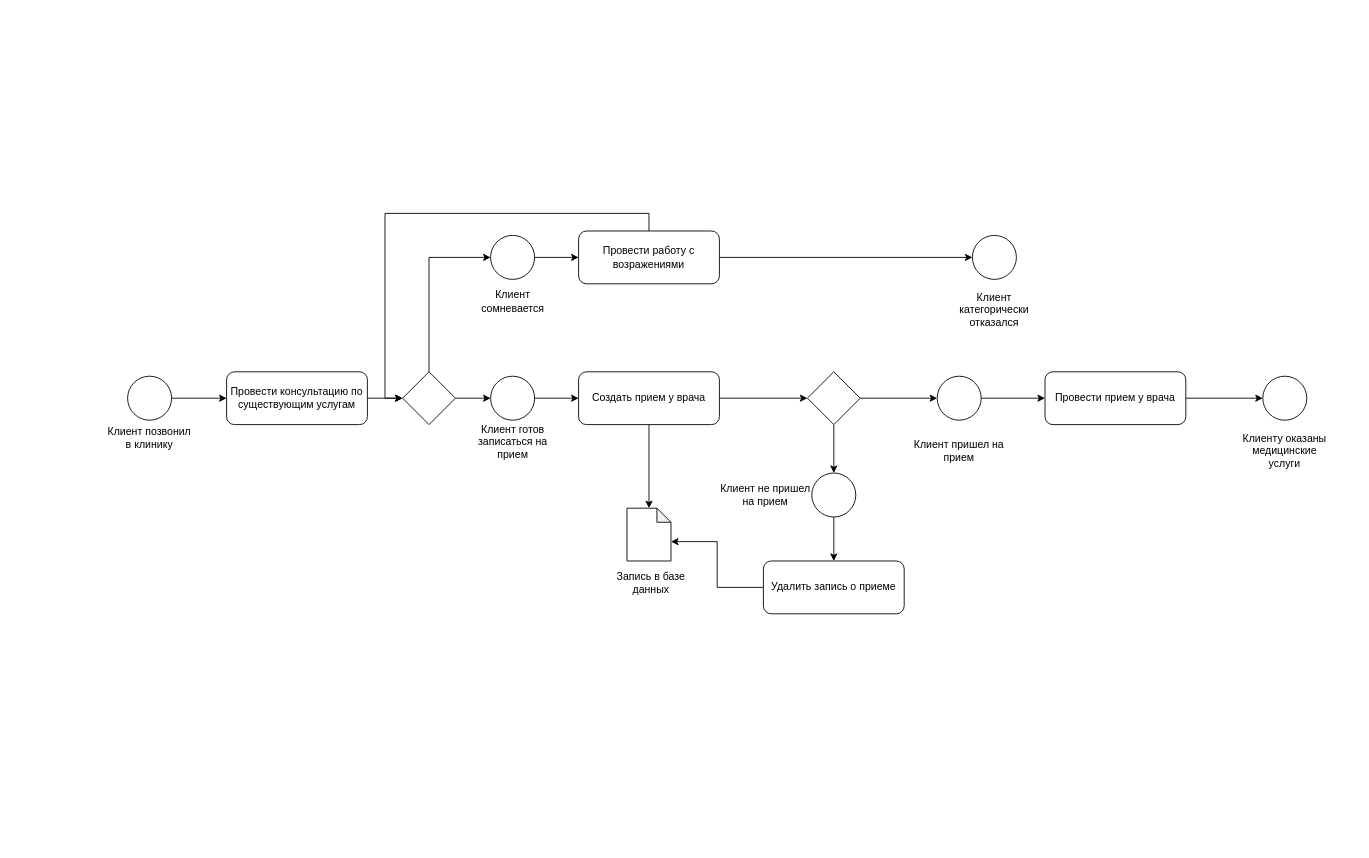
Before: Business Processes.drawio in arturyumaev/Bachelor-Diploma-Docs, a draw.io diagram. Source tidied: cells renumbered, new cells numbered last; positions are measured from the earlier drawing's top-left corner, leaving out a move shared by most shapes. Both pictures are drawn from the tidied source at 88%, with x=0, y=0 at pixel (103, 231).
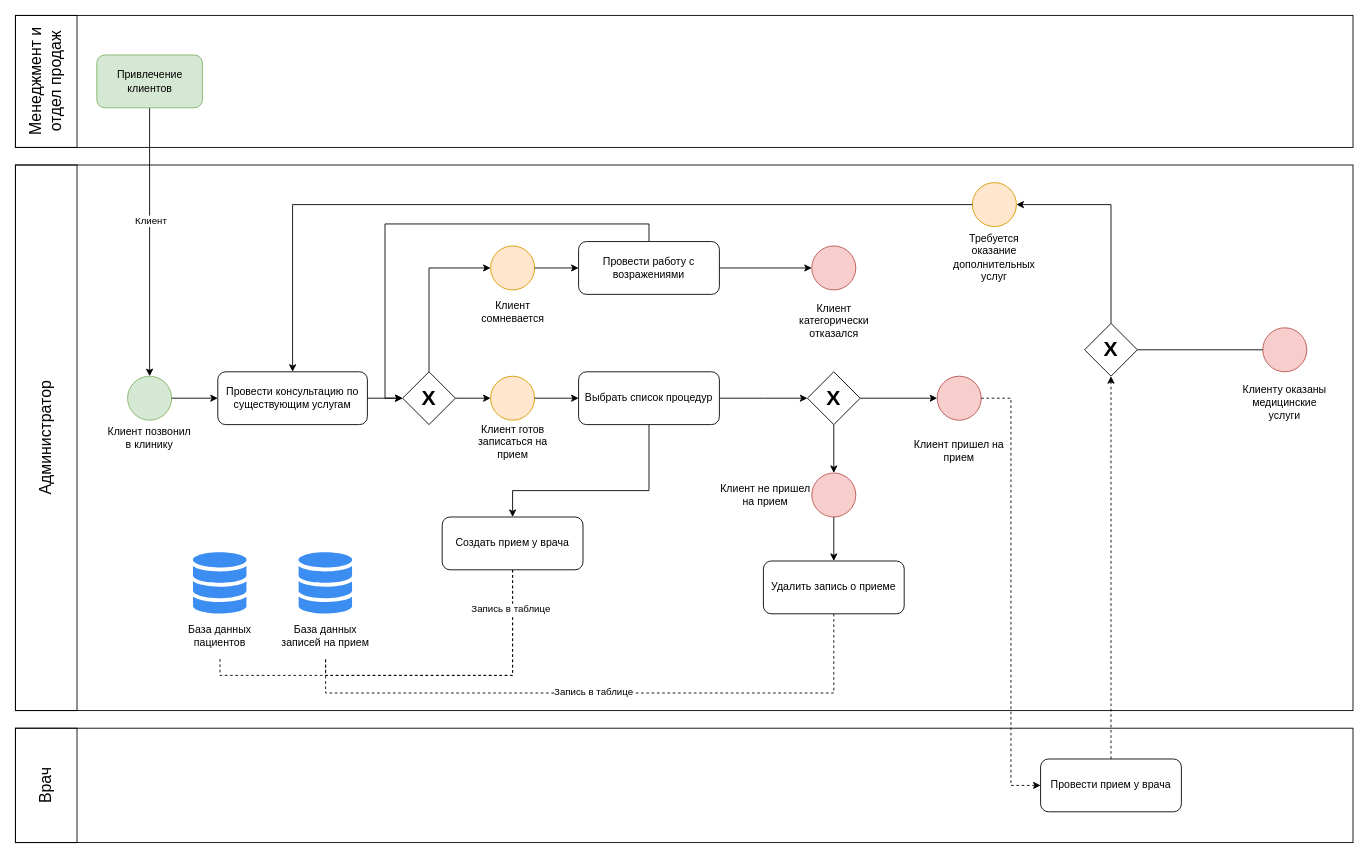
After the change.

Unchanged cells that the change refers to:
```xml
<mxCell id="2" style="group;" parent="1" vertex="1">
  <mxGeometry y="165" width="105" height="90" as="geometry" />
</mxCell>
<mxCell id="5" style="group;" parent="1" vertex="1">
  <mxGeometry x="920" y="165" width="105" height="110" as="geometry" />
</mxCell>
<mxCell id="21" style="group;" parent="1" vertex="1">
  <mxGeometry x="412.5" y="165" width="105" height="100" as="geometry" />
</mxCell>
<mxCell id="49" value="Удалить запись о приеме" style="rounded=1;whiteSpace=wrap;html=1;align=center;" parent="1" vertex="1">
  <mxGeometry x="750" y="375" width="160" height="60" as="geometry" />
</mxCell>
```

What changed in the source:
```diff
@@
+    <mxCell id="51" style="rounded=0;whiteSpace=wrap;html=1;align=left;fillColor=none;" parent="1" vertex="1">
+      <mxGeometry x="-100" y="-245" width="1520" height="150" as="geometry" />
+    </mxCell>
+    <mxCell id="52" style="rounded=0;whiteSpace=wrap;html=1;fillColor=none;align=left;" parent="1" vertex="1">
+      <mxGeometry x="-100" y="565" width="1520" height="130" as="geometry" />
+    </mxCell>
+    <mxCell id="53" style="rounded=0;whiteSpace=wrap;html=1;align=left;fillColor=none;" parent="1" vertex="1">
+      <mxGeometry x="-100" y="-75" width="1520" height="620" as="geometry" />
+    </mxCell>
@@
-    <mxCell id="3" style="ellipse;whiteSpace=wrap;html=1;align=left;" parent="2" vertex="1">
+    <mxCell id="3" style="ellipse;whiteSpace=wrap;html=1;align=left;fillColor=#d5e8d4;strokeColor=#82b366;" parent="2" vertex="1">
       <mxGeometry x="27.5" width="50" height="50" as="geometry" />
     </mxCell>
@@
-    <mxCell id="6" style="ellipse;whiteSpace=wrap;html=1;align=left;" parent="5" vertex="1">
+    <mxCell id="6" style="ellipse;whiteSpace=wrap;html=1;align=left;fillColor=#f8cecc;strokeColor=#b85450;" parent="5" vertex="1">
       <mxGeometry x="27.5" width="50" height="50" as="geometry" />
     </mxCell>
@@
     <mxCell id="9" value="Провести консультацию по существующим услугам" style="rounded=1;whiteSpace=wrap;html=1;align=center;" parent="1" vertex="1">
-      <mxGeometry x="140" y="160" width="160" height="60" as="geometry" />
+      <mxGeometry x="130" y="160" width="170" height="60" as="geometry" />
     </mxCell>
@@
-    <mxCell id="12" style="edgeStyle=orthogonalEdgeStyle;rounded=0;jettySize=auto;html=1;exitX=0.5;exitY=1;exitDx=0;exitDy=0;entryX=0.5;entryY=0;entryDx=0;entryDy=0;entryPerimeter=0;" parent="1" edge="1" source="13" target="33">
-      <mxGeometry relative="1" as="geometry" />
-    </mxCell>
+    <mxCell id="54" style="edgeStyle=orthogonalEdgeStyle;rounded=0;jettySize=auto;html=1;exitX=0.5;exitY=1;exitDx=0;exitDy=0;entryX=0.5;entryY=0;entryDx=0;entryDy=0;" parent="1" edge="1" source="13" target="60">
+      <mxGeometry relative="1" as="geometry">
+        <Array as="points">
+          <mxPoint x="620" y="295" />
+          <mxPoint x="465" y="295" />
+        </Array>
+      </mxGeometry>
+    </mxCell>
-    <mxCell id="13" value="Создать прием у врача" style="rounded=1;whiteSpace=wrap;html=1;align=center;" parent="1" vertex="1">
+    <mxCell id="13" value="Выбрать список процедур" style="rounded=1;whiteSpace=wrap;html=1;align=center;" parent="1" vertex="1">
       <mxGeometry x="540" y="160" width="160" height="60" as="geometry" />
     </mxCell>
@@
     <mxCell id="15" style="group;" parent="1" vertex="1">
-      <mxGeometry x="960" y="5" width="105" height="110" as="geometry" />
+      <mxGeometry x="777.5" y="17" width="105" height="110" as="geometry" />
     </mxCell>
-    <mxCell id="16" style="ellipse;whiteSpace=wrap;html=1;align=left;" parent="15" vertex="1">
+    <mxCell id="16" style="ellipse;whiteSpace=wrap;html=1;align=left;fillColor=#f8cecc;strokeColor=#b85450;" parent="15" vertex="1">
       <mxGeometry x="27.5" width="50" height="50" as="geometry" />
     </mxCell>
@@
-    <mxCell id="20" style="rhombus;whiteSpace=wrap;html=1;align=left;" parent="1" vertex="1">
+    <mxCell id="20" value="&lt;h1&gt;X&lt;/h1&gt;" style="rhombus;whiteSpace=wrap;html=1;align=center;" parent="1" vertex="1">
       <mxGeometry x="340" y="160" width="60" height="60" as="geometry" />
     </mxCell>
@@
-    <mxCell id="23" style="ellipse;whiteSpace=wrap;html=1;align=left;" parent="21" vertex="1">
+    <mxCell id="23" style="ellipse;whiteSpace=wrap;html=1;align=left;fillColor=#ffe6cc;strokeColor=#d79b00;" parent="21" vertex="1">
       <mxGeometry x="27.5" width="50" height="50" as="geometry" />
     </mxCell>
@@
     <mxCell id="25" style="group;" parent="1" vertex="1">
-      <mxGeometry x="412.5" y="5" width="105" height="100" as="geometry" />
+      <mxGeometry x="412.5" y="17" width="105" height="100" as="geometry" />
     </mxCell>
@@
-    <mxCell id="27" style="ellipse;whiteSpace=wrap;html=1;align=left;" parent="25" vertex="1">
+    <mxCell id="27" style="ellipse;whiteSpace=wrap;html=1;align=left;fillColor=#ffe6cc;strokeColor=#d79b00;" parent="25" vertex="1">
       <mxGeometry x="27.5" width="50" height="50" as="geometry" />
     </mxCell>
@@
     <mxCell id="30" value="Провести работу с возражениями" style="rounded=1;whiteSpace=wrap;html=1;align=center;" parent="1" vertex="1">
-      <mxGeometry x="540" width="160" height="60" as="geometry" />
+      <mxGeometry x="540" y="12" width="160" height="60" as="geometry" />
     </mxCell>
@@
-    <mxCell id="32" style="group;" parent="1" vertex="1">
-      <mxGeometry x="570" y="315" width="105" height="110" as="geometry" />
-    </mxCell>
-    <mxCell id="33" style="shape=note;whiteSpace=wrap;html=1;backgroundOutline=1;darkOpacity=0.05;align=left;size=16;" parent="32" vertex="1">
-      <mxGeometry x="25" width="50" height="60" as="geometry" />
-    </mxCell>
-    <mxCell id="34" value="Запись в базе данных" style="text;html=1;strokeColor=none;fillColor=none;align=center;verticalAlign=middle;whiteSpace=wrap;rounded=0;" parent="32" vertex="1">
-      <mxGeometry y="60" width="105" height="50" as="geometry" />
-    </mxCell>
-    <mxCell id="35" style="edgeStyle=orthogonalEdgeStyle;rounded=0;jettySize=auto;html=1;exitX=1;exitY=0.5;exitDx=0;exitDy=0;entryX=0;entryY=0.5;entryDx=0;entryDy=0;" parent="1" edge="1" source="36" target="41">
+    <mxCell id="35" style="edgeStyle=orthogonalEdgeStyle;rounded=0;jettySize=auto;html=1;exitX=0.5;exitY=0;exitDx=0;exitDy=0;entryX=0.5;entryY=1;entryDx=0;entryDy=0;dashed=1;" parent="1" edge="1" source="36" target="69">
       <mxGeometry relative="1" as="geometry" />
     </mxCell>
     <mxCell id="36" value="Провести прием у врача" style="rounded=1;whiteSpace=wrap;html=1;align=center;" parent="1" vertex="1">
-      <mxGeometry x="1070" y="160" width="160" height="60" as="geometry" />
+      <mxGeometry x="1065" y="600" width="160" height="60" as="geometry" />
     </mxCell>
-    <mxCell id="37" style="edgeStyle=orthogonalEdgeStyle;rounded=0;jettySize=auto;html=1;exitX=0.5;exitY=1;exitDx=0;exitDy=0;entryX=0.5;entryY=0;entryDx=0;entryDy=0;" parent="1" edge="1" source="38" target="46">
+    <mxCell id="37" style="edgeStyle=orthogonalEdgeStyle;rounded=0;jettySize=auto;html=1;exitX=0.5;exitY=1;exitDx=0;exitDy=0;entryX=0.5;entryY=0;entryDx=0;entryDy=0;" parent="1" edge="1" source="38" target="62">
       <mxGeometry relative="1" as="geometry" />
     </mxCell>
-    <mxCell id="38" style="rhombus;whiteSpace=wrap;html=1;align=left;" parent="1" vertex="1">
+    <mxCell id="38" value="&lt;h1&gt;Х&lt;/h1&gt;" style="rhombus;whiteSpace=wrap;html=1;align=center;" parent="1" vertex="1">
       <mxGeometry x="800" y="160" width="60" height="60" as="geometry" />
     </mxCell>
-    <mxCell id="39" style="edgeStyle=orthogonalEdgeStyle;rounded=0;jettySize=auto;html=1;exitX=1;exitY=0.5;exitDx=0;exitDy=0;entryX=0;entryY=0.5;entryDx=0;entryDy=0;" parent="1" edge="1" source="6" target="36">
+    <mxCell id="39" style="edgeStyle=orthogonalEdgeStyle;rounded=0;jettySize=auto;html=1;exitX=1;exitY=0.5;exitDx=0;exitDy=0;entryX=0;entryY=0.5;entryDx=0;entryDy=0;dashed=1;" parent="1" edge="1" source="6" target="36">
       <mxGeometry relative="1" as="geometry" />
     </mxCell>
-    <mxCell id="40" style="group;" parent="1" vertex="1">
-      <mxGeometry x="1290" y="165" width="105" height="110" as="geometry" />
-    </mxCell>
-    <mxCell id="41" style="ellipse;whiteSpace=wrap;html=1;align=left;" parent="40" vertex="1">
-      <mxGeometry x="27.5" width="50" height="50" as="geometry" />
-    </mxCell>
-    <mxCell id="42" value="Клиенту оказаны медицинские услуги" style="text;html=1;strokeColor=none;fillColor=none;align=center;verticalAlign=middle;whiteSpace=wrap;rounded=0;" parent="40" vertex="1">
-      <mxGeometry y="60" width="105" height="50" as="geometry" />
-    </mxCell>
-    <mxCell id="43" style="group;" parent="1" vertex="1">
-      <mxGeometry x="700" y="275" width="182.5" height="110" as="geometry" />
-    </mxCell>
-    <mxCell id="44" style="group;" parent="43" vertex="1">
-      <mxGeometry width="182.5" height="110" as="geometry" />
-    </mxCell>
-    <mxCell id="45" style="group;" parent="44" vertex="1">
-      <mxGeometry x="77.5" width="105" height="110" as="geometry" />
-    </mxCell>
-    <mxCell id="46" style="ellipse;whiteSpace=wrap;html=1;align=left;" parent="45" vertex="1">
-      <mxGeometry x="27.5" width="50" height="50" as="geometry" />
-    </mxCell>
-    <mxCell id="47" value="Клиент не пришел на прием" style="text;html=1;strokeColor=none;fillColor=none;align=center;verticalAlign=middle;whiteSpace=wrap;rounded=0;" parent="44" vertex="1">
-      <mxGeometry width="105" height="50" as="geometry" />
-    </mxCell>
-    <mxCell id="48" style="edgeStyle=orthogonalEdgeStyle;rounded=0;jettySize=auto;html=1;exitX=0;exitY=0.5;exitDx=0;exitDy=0;entryX=0;entryY=0;entryDx=50;entryDy=38;entryPerimeter=0;" parent="1" edge="1" source="49" target="33">
-      <mxGeometry relative="1" as="geometry" />
-    </mxCell>
+    <mxCell id="55" style="edgeStyle=orthogonalEdgeStyle;rounded=0;jettySize=auto;html=1;exitX=0.5;exitY=1;exitDx=0;exitDy=0;entryX=0.5;entryY=1;entryDx=0;entryDy=0;dashed=1;endArrow=none;endFill=0;" parent="1" edge="1" source="49" target="80">
+      <mxGeometry relative="1" as="geometry">
+        <Array as="points">
+          <mxPoint x="830" y="525" />
+          <mxPoint x="252" y="525" />
+        </Array>
+      </mxGeometry>
+    </mxCell>
+    <mxCell id="56" value="Запись в таблице" style="edgeLabel;html=1;align=center;verticalAlign=middle;" parent="55" vertex="1">
+      <mxGeometry x="0.03" y="-2" relative="1" as="geometry" />
+    </mxCell>
@@
-    <mxCell id="50" style="edgeStyle=orthogonalEdgeStyle;rounded=0;jettySize=auto;html=1;exitX=0.5;exitY=1;exitDx=0;exitDy=0;entryX=0.5;entryY=0;entryDx=0;entryDy=0;" parent="1" edge="1" source="46" target="49">
+    <mxCell id="50" style="edgeStyle=orthogonalEdgeStyle;rounded=0;jettySize=auto;html=1;exitX=0.5;exitY=1;exitDx=0;exitDy=0;entryX=0.5;entryY=0;entryDx=0;entryDy=0;" parent="1" edge="1" source="62" target="49">
       <mxGeometry relative="1" as="geometry" />
     </mxCell>
+    <mxCell id="57" style="edgeStyle=orthogonalEdgeStyle;rounded=0;jettySize=auto;html=1;exitX=0.5;exitY=1;exitDx=0;exitDy=0;entryX=0.5;entryY=1;entryDx=0;entryDy=0;dashed=1;endArrow=none;endFill=0;" parent="1" edge="1" source="60" target="77">
+      <mxGeometry relative="1" as="geometry" />
+    </mxCell>
+    <mxCell id="58" style="edgeStyle=orthogonalEdgeStyle;rounded=0;jettySize=auto;html=1;exitX=0.5;exitY=1;exitDx=0;exitDy=0;entryX=0.5;entryY=1;entryDx=0;entryDy=0;dashed=1;endArrow=none;endFill=0;" parent="1" edge="1" source="60" target="80">
+      <mxGeometry relative="1" as="geometry" />
+    </mxCell>
+    <mxCell id="59" value="Запись в таблице" style="edgeLabel;html=1;align=center;verticalAlign=middle;" parent="58" vertex="1">
+      <mxGeometry x="-0.75" y="-3" relative="1" as="geometry" />
+    </mxCell>
+    <mxCell id="60" value="Создать прием у врача" style="rounded=1;whiteSpace=wrap;html=1;align=center;" parent="1" vertex="1">
+      <mxGeometry x="385" y="325" width="160" height="60" as="geometry" />
+    </mxCell>
+    <mxCell id="61" style="group;" parent="1" vertex="1">
+      <mxGeometry x="700" y="275" width="155" height="50" as="geometry" />
+    </mxCell>
+    <mxCell id="62" style="ellipse;whiteSpace=wrap;html=1;align=left;fillColor=#f8cecc;strokeColor=#b85450;" parent="61" vertex="1">
+      <mxGeometry x="105" width="50" height="50" as="geometry" />
+    </mxCell>
+    <mxCell id="47" value="Клиент не пришел на прием" style="text;html=1;strokeColor=none;fillColor=none;align=center;verticalAlign=middle;whiteSpace=wrap;rounded=0;" parent="61" vertex="1">
+      <mxGeometry width="105" height="50" as="geometry" />
+    </mxCell>
+    <mxCell id="63" style="rounded=0;whiteSpace=wrap;html=1;fillColor=none;align=left;" parent="1" vertex="1">
+      <mxGeometry x="-100" y="-75" width="70" height="620" as="geometry" />
+    </mxCell>
+    <mxCell id="64" value="&lt;font style=&quot;font-size: 18px&quot;&gt;Администратор&lt;/font&gt;" style="text;html=1;strokeColor=none;fillColor=none;align=center;verticalAlign=middle;whiteSpace=wrap;rounded=0;rotation=-90;" parent="1" vertex="1">
+      <mxGeometry x="-170" y="215" width="210" height="40" as="geometry" />
+    </mxCell>
+    <mxCell id="65" style="group;" parent="1" vertex="1">
+      <mxGeometry x="1290" y="110" width="105" height="110" as="geometry" />
+    </mxCell>
+    <mxCell id="66" style="ellipse;whiteSpace=wrap;html=1;align=left;fillColor=#f8cecc;strokeColor=#b85450;" parent="65" vertex="1">
+      <mxGeometry x="27.5" width="50" height="50" as="geometry" />
+    </mxCell>
+    <mxCell id="42" value="Клиенту оказаны медицинские услуги" style="text;html=1;strokeColor=none;fillColor=none;align=center;verticalAlign=middle;whiteSpace=wrap;rounded=0;" parent="65" vertex="1">
+      <mxGeometry y="60" width="105" height="50" as="geometry" />
+    </mxCell>
+    <mxCell id="67" style="edgeStyle=orthogonalEdgeStyle;rounded=0;jettySize=auto;html=1;exitX=0.5;exitY=0;exitDx=0;exitDy=0;entryX=1;entryY=0.5;entryDx=0;entryDy=0;endArrow=classic;endFill=1;" parent="1" edge="1" source="69" target="71">
+      <mxGeometry relative="1" as="geometry" />
+    </mxCell>
+    <mxCell id="68" style="edgeStyle=none;rounded=0;jettySize=auto;html=1;exitX=1;exitY=0.5;exitDx=0;exitDy=0;entryX=0;entryY=0.5;entryDx=0;entryDy=0;endArrow=none;endFill=0;" parent="1" edge="1" source="69" target="66">
+      <mxGeometry relative="1" as="geometry" />
+    </mxCell>
+    <mxCell id="69" value="&lt;h1&gt;X&lt;/h1&gt;" style="rhombus;whiteSpace=wrap;html=1;align=center;" parent="1" vertex="1">
+      <mxGeometry x="1115" y="105" width="60" height="60" as="geometry" />
+    </mxCell>
+    <mxCell id="70" style="group;" parent="1" vertex="1">
+      <mxGeometry x="960" y="-55" width="105" height="120" as="geometry" />
+    </mxCell>
+    <mxCell id="71" style="ellipse;whiteSpace=wrap;html=1;align=left;fillColor=#ffe6cc;strokeColor=#d79b00;" parent="70" vertex="1">
+      <mxGeometry x="27.5" width="50" height="50" as="geometry" />
+    </mxCell>
+    <mxCell id="72" value="Требуется оказание дополнительных услуг" style="text;html=1;strokeColor=none;fillColor=none;align=center;verticalAlign=middle;whiteSpace=wrap;rounded=0;" parent="70" vertex="1">
+      <mxGeometry y="50" width="105" height="70" as="geometry" />
+    </mxCell>
+    <mxCell id="73" style="edgeStyle=orthogonalEdgeStyle;rounded=0;jettySize=auto;html=1;exitX=0;exitY=0.5;exitDx=0;exitDy=0;entryX=0.5;entryY=0;entryDx=0;entryDy=0;endArrow=classic;endFill=1;" parent="1" edge="1" source="71" target="9">
+      <mxGeometry relative="1" as="geometry" />
+    </mxCell>
+    <mxCell id="74" style="rounded=0;whiteSpace=wrap;html=1;fillColor=none;align=left;" parent="1" vertex="1">
+      <mxGeometry x="-100" y="565" width="70" height="130" as="geometry" />
+    </mxCell>
+    <mxCell id="75" value="&lt;font&gt;&lt;font style=&quot;font-size: 18px&quot;&gt;Врач&lt;/font&gt;&lt;br&gt;&lt;/font&gt;" style="text;html=1;strokeColor=none;fillColor=none;align=center;verticalAlign=middle;whiteSpace=wrap;rounded=0;rotation=-90;" parent="1" vertex="1">
+      <mxGeometry x="-105" y="610" width="80" height="40" as="geometry" />
+    </mxCell>
+    <mxCell id="76" style="group;" parent="1" vertex="1">
+      <mxGeometry x="80" y="365" width="105" height="120" as="geometry" />
+    </mxCell>
+    <mxCell id="77" value="База данных пациентов" style="text;html=1;strokeColor=none;fillColor=none;align=center;verticalAlign=middle;whiteSpace=wrap;rounded=0;" parent="76" vertex="1">
+      <mxGeometry y="70" width="105" height="50" as="geometry" />
+    </mxCell>
+    <mxCell id="78" style="html=1;strokeColor=none;shadow=0;align=center;verticalAlign=top;fillColor=#3B8DF1;shape=mxgraph.gcp2.cloud_monitoring;" parent="76" vertex="1">
+      <mxGeometry x="21" width="63" height="70" as="geometry" />
+    </mxCell>
+    <mxCell id="79" style="group;" parent="1" vertex="1">
+      <mxGeometry x="200" y="365" width="105" height="120" as="geometry" />
+    </mxCell>
+    <mxCell id="80" value="База данных записей на прием" style="text;html=1;strokeColor=none;fillColor=none;align=center;verticalAlign=middle;whiteSpace=wrap;rounded=0;" parent="79" vertex="1">
+      <mxGeometry y="70" width="105" height="50" as="geometry" />
+    </mxCell>
+    <mxCell id="81" style="html=1;strokeColor=none;shadow=0;align=center;verticalAlign=top;fillColor=#3B8DF1;shape=mxgraph.gcp2.cloud_monitoring;" parent="79" vertex="1">
+      <mxGeometry x="21" width="63" height="70" as="geometry" />
+    </mxCell>
+    <mxCell id="82" style="edgeStyle=orthogonalEdgeStyle;rounded=0;jettySize=auto;html=1;exitX=0.5;exitY=1;exitDx=0;exitDy=0;entryX=0.5;entryY=0;entryDx=0;entryDy=0;endArrow=classic;endFill=1;" parent="1" edge="1" source="84" target="3">
+      <mxGeometry relative="1" as="geometry" />
+    </mxCell>
+    <mxCell id="83" value="Клиент" style="edgeLabel;html=1;align=center;verticalAlign=middle;" parent="82" vertex="1">
+      <mxGeometry x="-0.16" y="1" relative="1" as="geometry" />
+    </mxCell>
+    <mxCell id="84" value="Привлечение клиентов" style="rounded=1;whiteSpace=wrap;html=1;fillColor=#d5e8d4;align=center;strokeColor=#82b366;" parent="1" vertex="1">
+      <mxGeometry x="-7.5" y="-200" width="120" height="60" as="geometry" />
+    </mxCell>
+    <mxCell id="85" style="rounded=0;whiteSpace=wrap;html=1;fillColor=none;align=left;" parent="1" vertex="1">
+      <mxGeometry x="-100" y="-245" width="70" height="150" as="geometry" />
+    </mxCell>
+    <mxCell id="86" value="&lt;font style=&quot;font-size: 18px&quot;&gt;Менеджмент и отдел продаж&lt;/font&gt;" style="text;html=1;strokeColor=none;fillColor=none;align=center;verticalAlign=middle;whiteSpace=wrap;rounded=0;rotation=-90;" parent="1" vertex="1">
+      <mxGeometry x="-133.8" y="-205.6" width="137.5" height="71.2" as="geometry" />
+    </mxCell>
```
